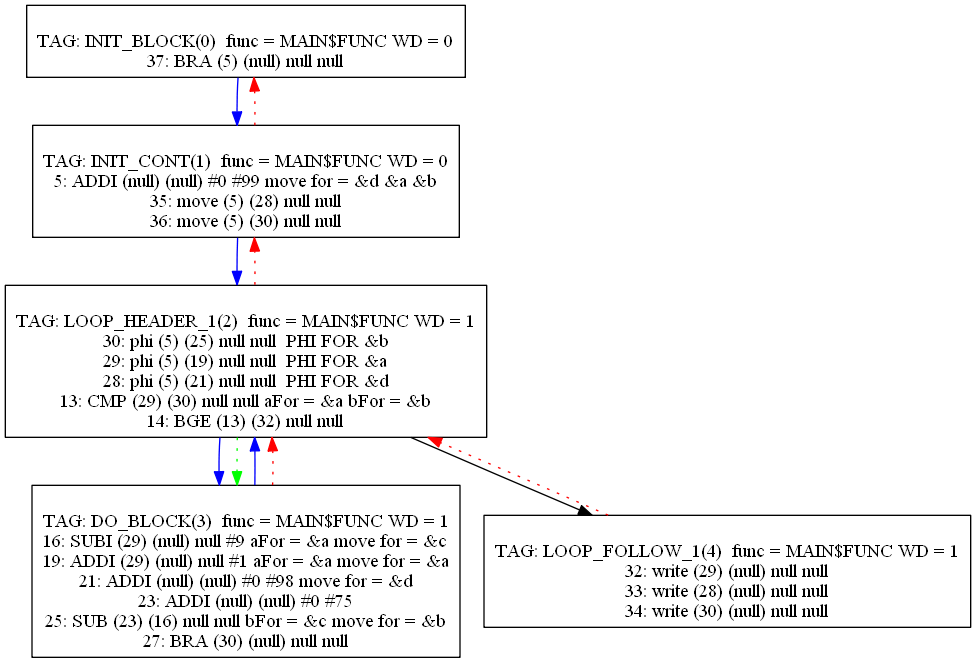
Earlier version of the Graphviz export Compiler/0graph.png (mbajaj92/Project-Astoria). Its source is kept beside it as Compiler/0graph.dot.
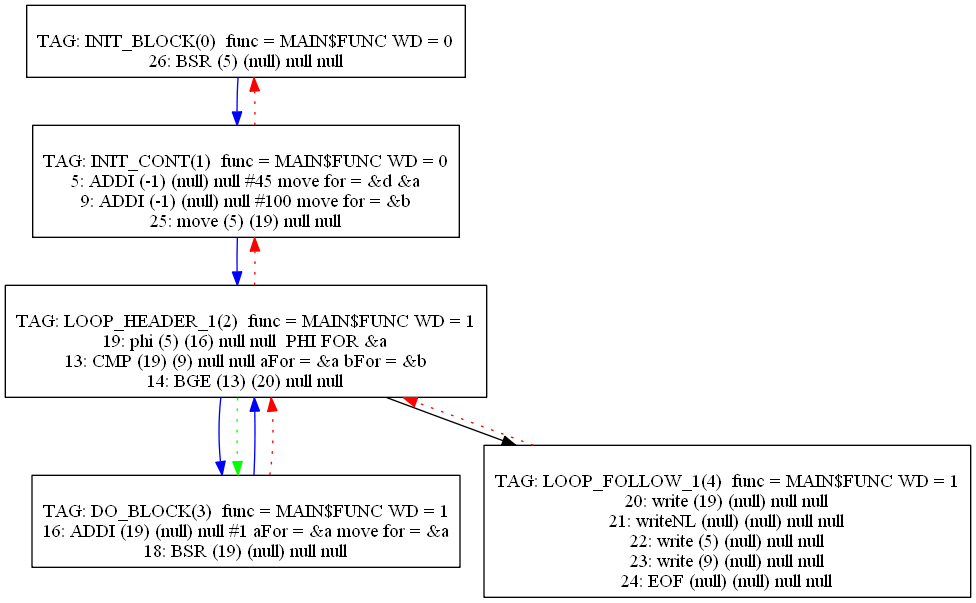
The same diagram one commit later.

The edit, as a diff of the source:
```diff
@@ -1,26 +1,24 @@
 digraph {
 0[label="
 TAG: INIT_BLOCK(0)  func = MAIN$FUNC WD = 0
-37: BRA (5) (null) null null
+26: BSR (5) (null) null null
 "];
 0[shape=box];
 0 -> 1[color=blue]
 1[label="
 TAG: INIT_CONT(1)  func = MAIN$FUNC WD = 0
-5: ADDI (null) (null) #0 #99 move for = &d &a &b
-35: move (5) (28) null null
-36: move (5) (30) null null
+5: ADDI (-1) (null) null #45 move for = &d &a
+9: ADDI (-1) (null) null #100 move for = &b
+25: move (5) (19) null null
 "];
 1[shape=box];
 1 -> 2[color=blue]
 1 -> 0[color=red][style=dotted]
 2[label="
 TAG: LOOP_HEADER_1(2)  func = MAIN$FUNC WD = 1
-30: phi (5) (25) null null  PHI FOR &b
-29: phi (5) (19) null null  PHI FOR &a
-28: phi (5) (21) null null  PHI FOR &d
-13: CMP (29) (30) null null aFor = &a bFor = &b
-14: BGE (13) (32) null null
+19: phi (5) (16) null null  PHI FOR &a
+13: CMP (19) (9) null null aFor = &a bFor = &b
+14: BGE (13) (20) null null
 "];
 2[shape=box];
 2 -> 3[color=blue]
@@ -29,21 +27,19 @@
 2 -> 3[color=green][style=dotted]
 3[label="
 TAG: DO_BLOCK(3)  func = MAIN$FUNC WD = 1
-16: SUBI (29) (null) null #9 aFor = &a move for = &c
-19: ADDI (29) (null) null #1 aFor = &a move for = &a
-21: ADDI (null) (null) #0 #98 move for = &d
-23: ADDI (null) (null) #0 #75
-25: SUB (23) (16) null null bFor = &c move for = &b
-27: BRA (30) (null) null null
+16: ADDI (19) (null) null #1 aFor = &a move for = &a
+18: BSR (19) (null) null null
 "];
 3[shape=box];
 3 -> 2[color=blue]
 3 -> 2[color=red][style=dotted]
 4[label="
 TAG: LOOP_FOLLOW_1(4)  func = MAIN$FUNC WD = 1
-32: write (29) (null) null null
-33: write (28) (null) null null
-34: write (30) (null) null null
+20: write (19) (null) null null
+21: writeNL (null) (null) null null
+22: write (5) (null) null null
+23: write (9) (null) null null
+24: EOF (null) (null) null null
 "];
 4[shape=box];
 4 -> 2[color=red][style=dotted]
```
